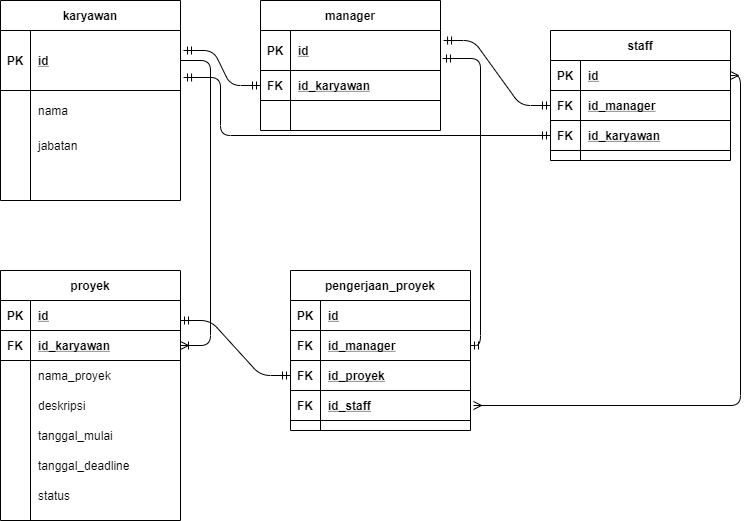
IM-Laravel-Juli-2020/quiz-3-im-laravel-juli-2020 keeps this draw.io diagram as public/images/ERD.png. Above is the earlier version. Source tidied: cells renumbered, new cells last; positions are measured from the earlier drawing's top-left corner, leaving out a move shared by most shapes.
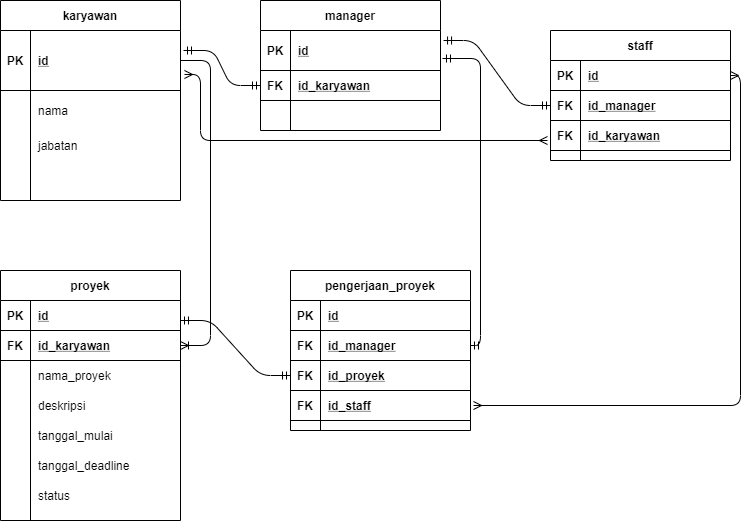
After the change.

Commit message:
quiz selesai

What changed in the source:
```diff
@@ -150,14 +150,6 @@
         <mxPoint x="180" y="320" as="sourcePoint" />
       </mxGeometry>
     </mxCell>
-    <mxCell id="50" style="edgeStyle=orthogonalEdgeStyle;fontSize=12;html=1;endArrow=ERmandOne;startArrow=ERmandOne;entryX=0;entryY=0.5;entryDx=0;entryDy=0;exitX=1.017;exitY=0.783;exitDx=0;exitDy=0;exitPerimeter=0;" parent="1" edge="1" source="4" target="71">
-      <mxGeometry relative="1" as="geometry">
-        <Array as="points">
-          <mxPoint x="220" y="77" />
-          <mxPoint x="220" y="135" />
-        </Array>
-      </mxGeometry>
-    </mxCell>
     <mxCell id="51" value="pengerjaan_proyek" style="shape=table;startSize=30;rowLines=0;fontStyle=1;align=center;" parent="1" vertex="1">
       <mxGeometry x="290" y="270" width="180" height="160" as="geometry" />
     </mxCell>
@@ -251,5 +243,14 @@
         </Array>
       </mxGeometry>
     </mxCell>
+    <mxCell id="77" style="edgeStyle=orthogonalEdgeStyle;fontSize=12;html=1;endArrow=ERmany;startArrow=ERmany;entryX=1;entryY=0.5;entryDx=0;entryDy=0;exitX=1.022;exitY=0.733;exitDx=0;exitDy=0;exitPerimeter=0;" parent="1" edge="1" source="4">
+      <mxGeometry relative="1" as="geometry">
+        <mxPoint x="547" y="140" as="targetPoint" />
+        <Array as="points">
+          <mxPoint x="200" y="74" />
+          <mxPoint x="200" y="140" />
+        </Array>
+      </mxGeometry>
+    </mxCell>
   </root>
 </mxGraphModel>
```
